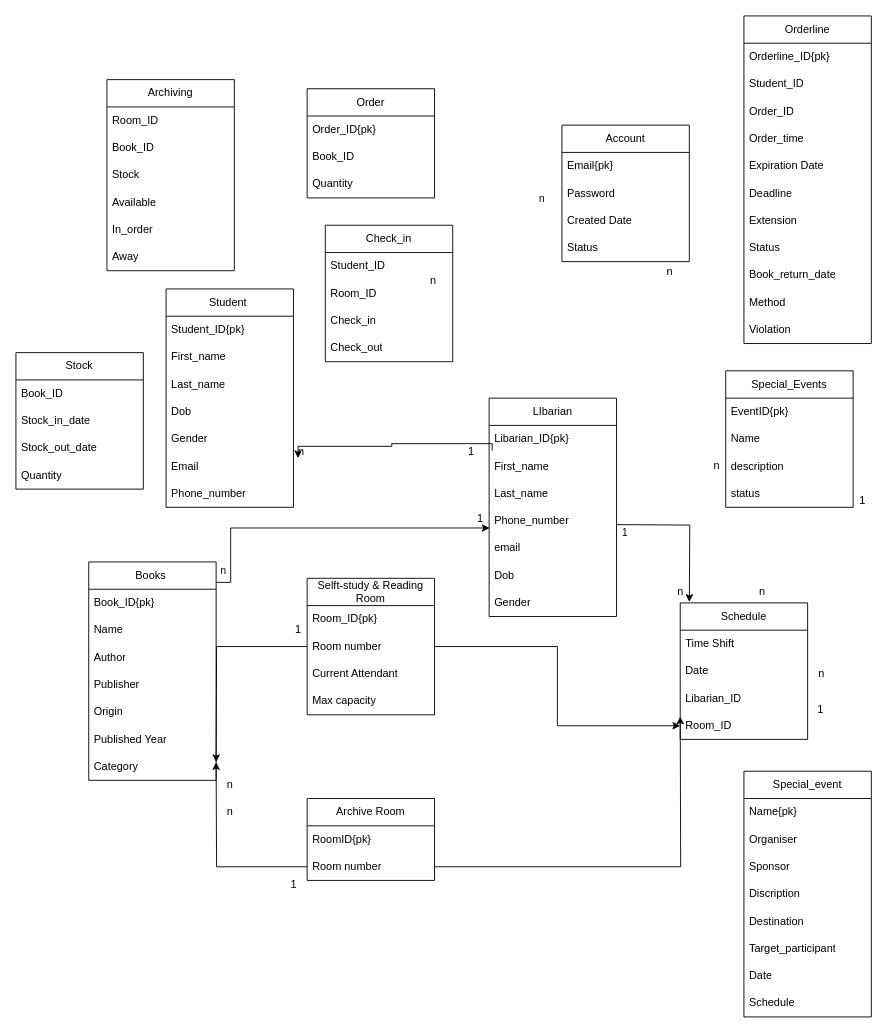
Above: table_relations.drawio in Dovanvu09/LibraryManagement (draw.io), before the change. Source tidied: cells renumbered, new cells numbered last; positions are measured from the earlier drawing's top-left corner, leaving out a move shared by most shapes. Both pictures are drawn from the tidied source at 91%, with x=0, y=0 at pixel (15, 15).
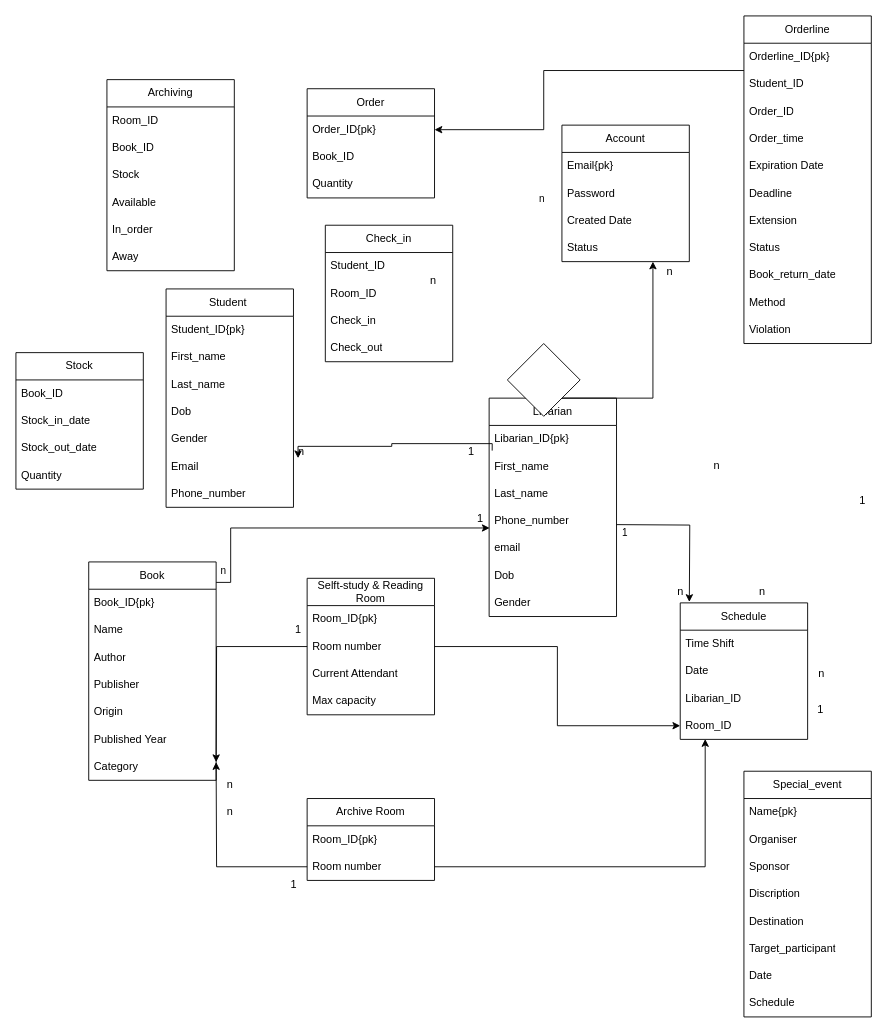
Above is the later version.

Unchanged cells that the change refers to:
```xml
<mxCell id="29" value="Room_ID" style="text;strokeColor=none;fillColor=none;align=left;verticalAlign=middle;spacingLeft=4;spacingRight=4;overflow=hidden;points=[[0,0.5],[1,0.5]];portConstraint=eastwest;whiteSpace=wrap;html=1;" parent="25" vertex="1">
  <mxGeometry y="120" width="140" height="30" as="geometry" />
</mxCell>
<mxCell id="58" value="Archive Room" style="swimlane;fontStyle=0;horizontal=1;startSize=30;whiteSpace=wrap;html=1;" parent="1" vertex="1">
  <mxGeometry x="320" y="860" width="140" height="90" as="geometry" />
</mxCell>
<mxCell id="61" value="Room number" style="text;strokeColor=none;fillColor=none;align=left;verticalAlign=middle;spacingLeft=4;spacingRight=4;overflow=hidden;points=[[0,0.5],[1,0.5]];portConstraint=eastwest;whiteSpace=wrap;html=1;" parent="58" vertex="1">
  <mxGeometry y="60" width="140" height="30" as="geometry" />
</mxCell>
<mxCell id="87" value="Order_ID{pk}" style="text;strokeColor=none;fillColor=none;align=left;verticalAlign=middle;spacingLeft=4;spacingRight=4;overflow=hidden;points=[[0,0.5],[1,0.5]];portConstraint=eastwest;whiteSpace=wrap;html=1;" parent="86" vertex="1">
  <mxGeometry y="30" width="140" height="30" as="geometry" />
</mxCell>
```

The edit, as a diff of the source:
```diff
@@
-    <mxCell id="12" value="Books&amp;nbsp;" style="swimlane;fontStyle=0;horizontal=1;startSize=30;whiteSpace=wrap;html=1;" parent="1" vertex="1">
+    <mxCell id="12" value="Book" style="swimlane;fontStyle=0;horizontal=1;startSize=30;whiteSpace=wrap;html=1;" parent="1" vertex="1">
       <mxGeometry x="80" y="600" width="140" height="240" as="geometry" />
     </mxCell>
@@
-    <mxCell id="30" value="Special_Events" style="swimlane;fontStyle=0;horizontal=1;startSize=30;whiteSpace=wrap;html=1;" parent="1" vertex="1">
-      <mxGeometry x="780" y="390" width="140" height="150" as="geometry" />
-    </mxCell>
-    <mxCell id="31" value="EventID{pk}" style="text;strokeColor=none;fillColor=none;align=left;verticalAlign=middle;spacingLeft=4;spacingRight=4;overflow=hidden;whiteSpace=wrap;html=1;" parent="30" vertex="1">
-      <mxGeometry y="30" width="140" height="30" as="geometry" />
-    </mxCell>
-    <mxCell id="32" value="Name" style="text;strokeColor=none;fillColor=none;align=left;verticalAlign=middle;spacingLeft=4;spacingRight=4;overflow=hidden;whiteSpace=wrap;html=1;" parent="30" vertex="1">
-      <mxGeometry y="60" width="140" height="30" as="geometry" />
-    </mxCell>
-    <mxCell id="33" value="description" style="text;strokeColor=none;fillColor=none;align=left;verticalAlign=middle;spacingLeft=4;spacingRight=4;overflow=hidden;whiteSpace=wrap;html=1;" parent="30" vertex="1">
-      <mxGeometry y="90" width="140" height="30" as="geometry" />
-    </mxCell>
-    <mxCell id="34" value="status" style="text;strokeColor=none;fillColor=none;align=left;verticalAlign=middle;spacingLeft=4;spacingRight=4;overflow=hidden;whiteSpace=wrap;html=1;" parent="30" vertex="1">
-      <mxGeometry y="120" width="140" height="30" as="geometry" />
-    </mxCell>
@@
-    <mxCell id="59" value="RoomID{pk}" style="text;strokeColor=none;fillColor=none;align=left;verticalAlign=middle;spacingLeft=4;spacingRight=4;overflow=hidden;whiteSpace=wrap;html=1;" parent="58" vertex="1">
+    <mxCell id="59" value="Room_ID{pk}" style="text;strokeColor=none;fillColor=none;align=left;verticalAlign=middle;spacingLeft=4;spacingRight=4;overflow=hidden;whiteSpace=wrap;html=1;" parent="58" vertex="1">
       <mxGeometry y="30" width="140" height="30" as="geometry" />
     </mxCell>
-    <mxCell id="60" style="edgeStyle=orthogonalEdgeStyle;rounded=0;jettySize=auto;html=1;exitX=1;exitY=0.5;exitDx=0;exitDy=0;" parent="58" edge="1" source="61">
-      <mxGeometry relative="1" as="geometry">
-        <mxPoint x="410" y="-90" as="targetPoint" />
-      </mxGeometry>
-    </mxCell>
@@
+    <mxCell id="60" style="edgeStyle=orthogonalEdgeStyle;rounded=0;jettySize=auto;html=1;exitX=1;exitY=0.5;exitDx=0;exitDy=0;entryX=0.196;entryY=0.989;entryDx=0;entryDy=0;entryPerimeter=0;" parent="1" edge="1" source="61" target="29">
+      <mxGeometry relative="1" as="geometry" />
+    </mxCell>
+    <mxCell id="116" style="endArrow=classic;html=1;rounded=0;" parent="1" edge="1">
+      <mxGeometry relative="1" as="geometry">
+        <mxPoint x="590" y="420" as="sourcePoint" />
+        <mxPoint x="700" y="270" as="targetPoint" />
+        <Array as="points">
+          <mxPoint x="700" y="420" />
+        </Array>
+      </mxGeometry>
+    </mxCell>
+    <mxCell id="117" style="endArrow=classic;html=1;rounded=0;entryX=1;entryY=0.5;entryDx=0;entryDy=0;" parent="1" edge="1" target="87">
+      <mxGeometry relative="1" as="geometry">
+        <mxPoint x="800" y="60" as="sourcePoint" />
+        <Array as="points">
+          <mxPoint x="580" y="60" />
+          <mxPoint x="580" y="125" />
+        </Array>
+      </mxGeometry>
+    </mxCell>
+    <mxCell id="118" style="rhombus;whiteSpace=wrap;html=1;" parent="1" vertex="1">
+      <mxGeometry x="540" y="360" width="80" height="80" as="geometry" />
+    </mxCell>
```
